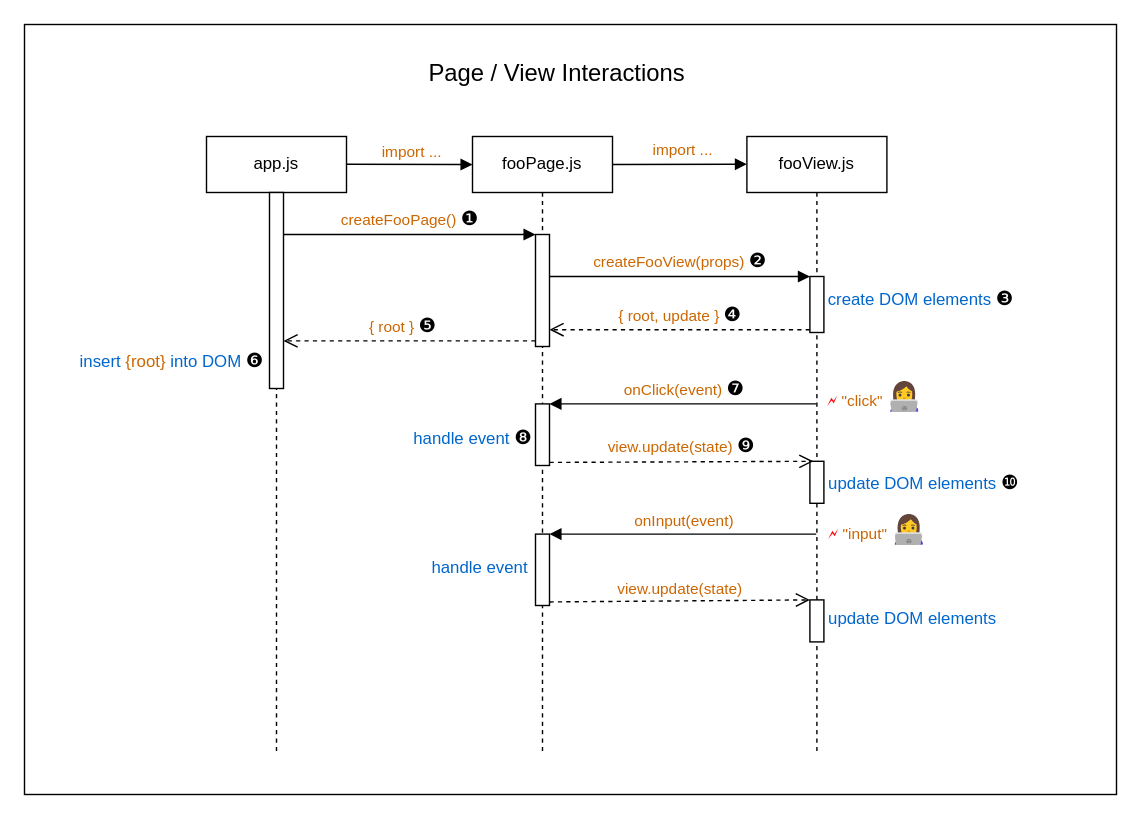
remarcmij/vanilla-starter keeps this draw.io diagram as readme-assets/app-page-view.drawio. Above is the earlier version. Source tidied: cells renumbered, new cells numbered last; positions are measured from the earlier drawing's top-left corner, leaving out a move shared by most shapes. Both pictures are drawn from the tidied source at 140%, with x=0, y=0 at pixel (24, 24).
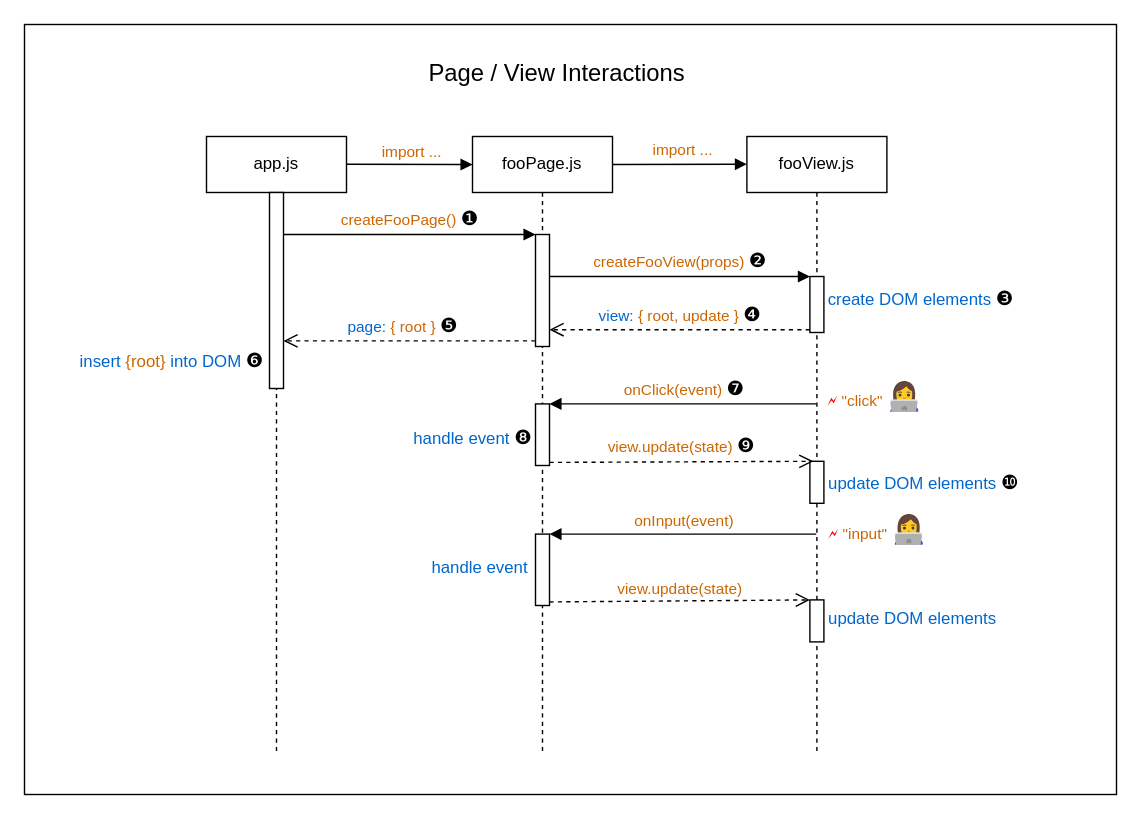
Above is the later version.

The change refers to these unchanged cells:
```xml
<mxCell id="4" style="html=1;points=[];perimeter=orthogonalPerimeter;" parent="3" vertex="1">
  <mxGeometry x="45" y="40" width="10" height="140" as="geometry" />
</mxCell>
<mxCell id="10" style="html=1;points=[];perimeter=orthogonalPerimeter;" parent="5" vertex="1">
  <mxGeometry x="45" y="70" width="10" height="80" as="geometry" />
</mxCell>
<mxCell id="14" style="html=1;points=[];perimeter=orthogonalPerimeter;" parent="11" vertex="1">
  <mxGeometry x="45" y="100" width="10" height="40" as="geometry" />
</mxCell>
```

Change to the diagram source:
```diff
@@
-    <mxCell id="22" value="&lt;font color=&quot;#cc6600&quot;&gt;{ root }&amp;nbsp;&lt;/font&gt;&lt;font style=&quot;font-size: 14px;&quot;&gt;❺&lt;/font&gt;" style="html=1;verticalAlign=bottom;endArrow=open;dashed=1;endSize=8;exitX=0;exitY=0.95;rounded=0;" parent="1" edge="1" source="10" target="4">
+    <mxCell id="22" value="&lt;font color=&quot;#0066cc&quot;&gt;page:&lt;/font&gt;&lt;font color=&quot;#cc6600&quot;&gt; { root }&amp;nbsp;&lt;/font&gt;&lt;font style=&quot;font-size: 14px;&quot;&gt;❺&lt;/font&gt;" style="html=1;verticalAlign=bottom;endArrow=open;dashed=1;endSize=8;exitX=0;exitY=0.95;rounded=0;" parent="1" edge="1" source="10" target="4">
       <mxGeometry x="0.06" relative="1" as="geometry" />
     </mxCell>
@@
-    <mxCell id="24" value="&lt;font color=&quot;#cc6600&quot;&gt;{ root, update }&amp;nbsp;&lt;/font&gt;&lt;font style=&quot;font-size: 14px;&quot;&gt;❹&lt;/font&gt;" style="html=1;verticalAlign=bottom;endArrow=open;dashed=1;endSize=8;exitX=0;exitY=0.95;rounded=0;" parent="1" edge="1" source="14" target="10">
+    <mxCell id="24" value="&lt;font color=&quot;#0066cc&quot;&gt;view:&lt;/font&gt;&lt;font color=&quot;#cc6600&quot;&gt; { root, update }&amp;nbsp;&lt;/font&gt;&lt;font style=&quot;font-size: 14px;&quot;&gt;❹&lt;/font&gt;" style="html=1;verticalAlign=bottom;endArrow=open;dashed=1;endSize=8;exitX=0;exitY=0.95;rounded=0;" parent="1" edge="1" source="14" target="10">
       <mxGeometry relative="1" as="geometry" />
     </mxCell>
```
